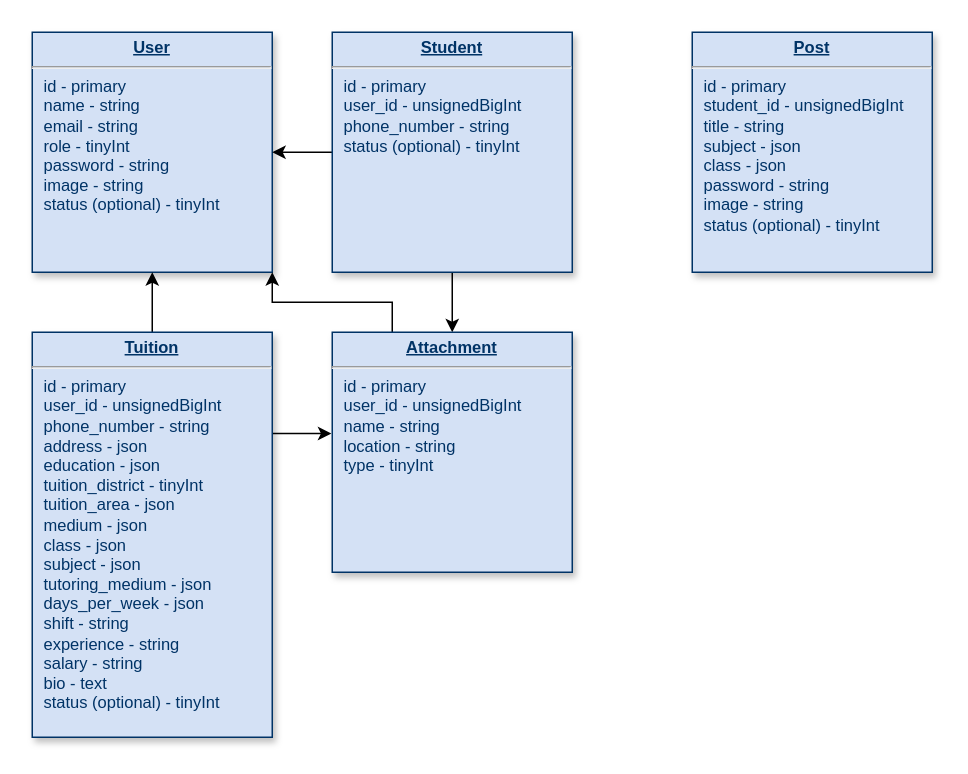
Before: public/Let'sTeachApp_DB_Design.drawio in officialkhaled/lets-teach-app, a draw.io diagram. Source tidied: cells renumbered, new cells numbered last; positions are measured from the earlier drawing's top-left corner, leaving out a move shared by most shapes. Both pictures are drawn from the tidied source at 150%, with x=0, y=0 at pixel (32, 32).
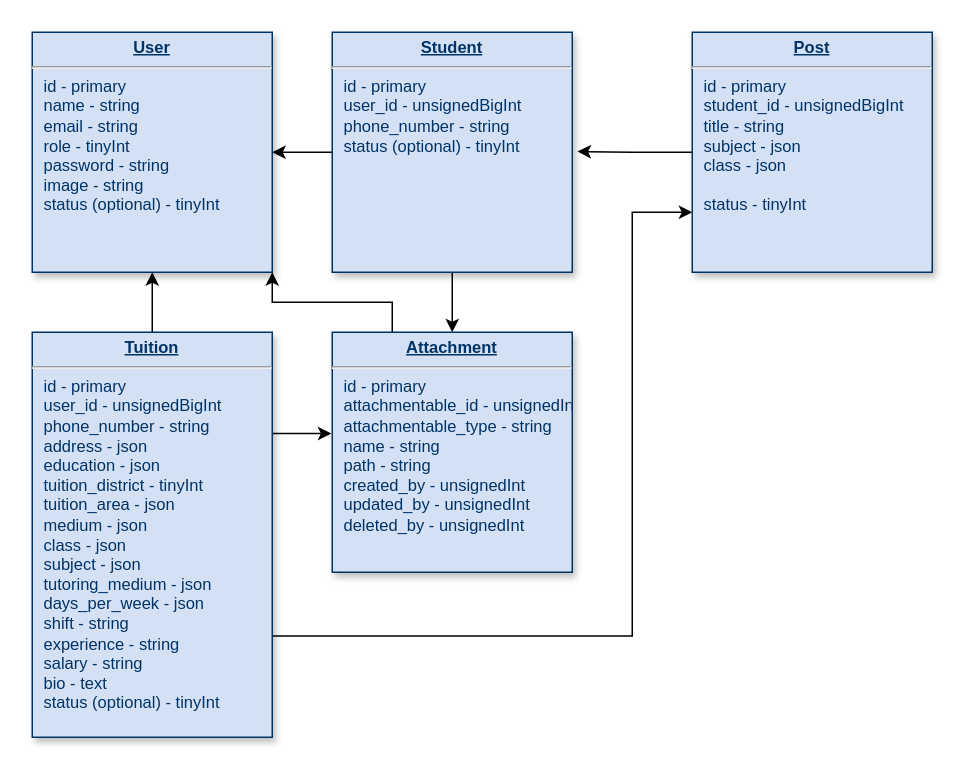
The same diagram, later.

Commit message (it also covers changes not shown here):
file updates and attachment model added

Diff of the diagram source:
```diff
@@
 <mxGraphModel>
   <root>
     <mxCell id="0" />
     <mxCell id="1" parent="0" />
     <mxCell id="2" value="&lt;p style=&quot;margin: 4px 0px 0px ; text-align: center ; text-decoration: underline ; font-size: 11px&quot;&gt;&lt;strong&gt;&lt;font style=&quot;font-size: 11px&quot;&gt;User&lt;/font&gt;&lt;/strong&gt;&lt;/p&gt;&lt;hr style=&quot;font-size: 11px&quot;&gt;&lt;p style=&quot;margin: 0px 0px 0px 8px ; font-size: 11px&quot;&gt;&lt;font style=&quot;font-size: 11px&quot;&gt;id - primary&lt;/font&gt;&lt;/p&gt;&lt;p style=&quot;margin: 0px 0px 0px 8px ; font-size: 11px&quot;&gt;&lt;font style=&quot;font-size: 11px&quot;&gt;&lt;span&gt;name - string&lt;/span&gt;&lt;br&gt;&lt;/font&gt;&lt;/p&gt;&lt;p style=&quot;margin: 0px 0px 0px 8px ; font-size: 11px&quot;&gt;&lt;font style=&quot;font-size: 11px&quot;&gt;email - string&lt;/font&gt;&lt;/p&gt;&lt;p style=&quot;margin: 0px 0px 0px 8px ; font-size: 11px&quot;&gt;&lt;font style=&quot;font-size: 11px&quot;&gt;role - tinyInt&lt;/font&gt;&lt;/p&gt;&lt;p style=&quot;margin: 0px 0px 0px 8px ; font-size: 11px&quot;&gt;&lt;font style=&quot;font-size: 11px&quot;&gt;password - string&lt;/font&gt;&lt;/p&gt;&lt;p style=&quot;margin: 0px 0px 0px 8px ; font-size: 11px&quot;&gt;&lt;font style=&quot;font-size: 11px&quot;&gt;image - string&lt;/font&gt;&lt;/p&gt;&lt;p style=&quot;margin: 0px 0px 0px 8px ; font-size: 11px&quot;&gt;&lt;font style=&quot;font-size: 11px&quot;&gt;status (optional) - tinyInt&lt;/font&gt;&lt;/p&gt;" style="verticalAlign=top;align=left;overflow=fill;fontSize=12;fontFamily=Helvetica;html=1;strokeColor=#003366;shadow=1;fillColor=#D4E1F5;fontColor=#003366;" parent="1" vertex="1">
       <mxGeometry width="160" height="160" as="geometry" />
     </mxCell>
     <mxCell id="3" style="edgeStyle=orthogonalEdgeStyle;rounded=0;jettySize=auto;html=1;entryX=1;entryY=0.5;entryDx=0;entryDy=0;" parent="1" edge="1" source="5" target="2">
       <mxGeometry relative="1" as="geometry" />
     </mxCell>
     <mxCell id="4" style="edgeStyle=orthogonalEdgeStyle;rounded=0;jettySize=auto;html=1;entryX=0.5;entryY=0;entryDx=0;entryDy=0;" parent="1" edge="1" source="5" target="10">
       <mxGeometry relative="1" as="geometry" />
     </mxCell>
     <mxCell id="5" value="&lt;p style=&quot;margin: 4px 0px 0px ; text-align: center ; text-decoration: underline ; font-size: 11px&quot;&gt;&lt;strong&gt;&lt;font style=&quot;font-size: 11px&quot;&gt;Student&lt;/font&gt;&lt;/strong&gt;&lt;/p&gt;&lt;hr style=&quot;font-size: 11px&quot;&gt;&lt;p style=&quot;margin: 0px 0px 0px 8px ; font-size: 11px&quot;&gt;&lt;font style=&quot;font-size: 11px&quot;&gt;id - primary&lt;/font&gt;&lt;/p&gt;&lt;p style=&quot;margin: 0px 0px 0px 8px ; font-size: 11px&quot;&gt;&lt;font style=&quot;font-size: 11px&quot;&gt;user_id - unsignedBigInt&lt;/font&gt;&lt;/p&gt;&lt;p style=&quot;margin: 0px 0px 0px 8px ; font-size: 11px&quot;&gt;&lt;font style=&quot;font-size: 11px&quot;&gt;&lt;span&gt;phone_number - string&lt;/span&gt;&lt;/font&gt;&lt;/p&gt;&lt;p style=&quot;margin: 0px 0px 0px 8px ; font-size: 11px&quot;&gt;&lt;font style=&quot;font-size: 11px&quot;&gt;status (optional) - tinyInt&lt;/font&gt;&lt;/p&gt;" style="verticalAlign=top;align=left;overflow=fill;fontSize=12;fontFamily=Helvetica;html=1;strokeColor=#003366;shadow=1;fillColor=#D4E1F5;fontColor=#003366;" parent="1" vertex="1">
       <mxGeometry x="200" width="160" height="160" as="geometry" />
     </mxCell>
     <mxCell id="6" style="edgeStyle=orthogonalEdgeStyle;rounded=0;jettySize=auto;html=1;entryX=0.5;entryY=1;entryDx=0;entryDy=0;" parent="1" edge="1" source="8" target="2">
       <mxGeometry relative="1" as="geometry" />
     </mxCell>
     <mxCell id="7" style="edgeStyle=orthogonalEdgeStyle;rounded=0;jettySize=auto;html=1;exitX=1;exitY=0.25;exitDx=0;exitDy=0;entryX=-0.004;entryY=0.425;entryDx=0;entryDy=0;entryPerimeter=0;" parent="1" edge="1" source="8" target="10">
       <mxGeometry relative="1" as="geometry" />
     </mxCell>
+    <mxCell id="12" style="edgeStyle=orthogonalEdgeStyle;rounded=0;jettySize=auto;html=1;exitX=1;exitY=0.75;exitDx=0;exitDy=0;entryX=0;entryY=0.75;entryDx=0;entryDy=0;" parent="1" edge="1" source="8" target="11">
+      <mxGeometry relative="1" as="geometry">
+        <Array as="points">
+          <mxPoint x="400" y="403" />
+          <mxPoint x="400" y="120" />
+        </Array>
+      </mxGeometry>
+    </mxCell>
     <mxCell id="8" value="&lt;p style=&quot;margin: 4px 0px 0px ; text-align: center ; text-decoration: underline ; font-size: 11px&quot;&gt;&lt;strong&gt;&lt;font style=&quot;font-size: 11px&quot;&gt;Tuition&lt;/font&gt;&lt;/strong&gt;&lt;/p&gt;&lt;hr style=&quot;font-size: 11px&quot;&gt;&lt;p style=&quot;margin: 0px 0px 0px 8px ; font-size: 11px&quot;&gt;&lt;font style=&quot;font-size: 11px&quot;&gt;id - primary&lt;/font&gt;&lt;/p&gt;&lt;p style=&quot;margin: 0px 0px 0px 8px ; font-size: 11px&quot;&gt;&lt;font style=&quot;font-size: 11px&quot;&gt;&lt;span&gt;user_id - unsignedBigInt&lt;/span&gt;&lt;br&gt;&lt;/font&gt;&lt;/p&gt;&lt;p style=&quot;margin: 0px 0px 0px 8px ; font-size: 11px&quot;&gt;&lt;font style=&quot;font-size: 11px&quot;&gt;&lt;span&gt;phone_number - string&lt;/span&gt;&lt;/font&gt;&lt;/p&gt;&lt;p style=&quot;margin: 0px 0px 0px 8px ; font-size: 11px&quot;&gt;&lt;font style=&quot;font-size: 11px&quot;&gt;&lt;span&gt;address - json&lt;/span&gt;&lt;/font&gt;&lt;/p&gt;&lt;p style=&quot;margin: 0px 0px 0px 8px ; font-size: 11px&quot;&gt;&lt;font style=&quot;font-size: 11px&quot;&gt;&lt;span&gt;education - json&lt;/span&gt;&lt;/font&gt;&lt;/p&gt;&lt;p style=&quot;margin: 0px 0px 0px 8px ; font-size: 11px&quot;&gt;&lt;font style=&quot;font-size: 11px&quot;&gt;tuition_district - tinyInt&lt;/font&gt;&lt;/p&gt;&lt;p style=&quot;margin: 0px 0px 0px 8px ; font-size: 11px&quot;&gt;&lt;font style=&quot;font-size: 11px&quot;&gt;tuition_area - json&lt;/font&gt;&lt;/p&gt;&lt;p style=&quot;margin: 0px 0px 0px 8px ; font-size: 11px&quot;&gt;&lt;font style=&quot;font-size: 11px&quot;&gt;medium - json&lt;br&gt;&lt;/font&gt;&lt;/p&gt;&lt;p style=&quot;margin: 0px 0px 0px 8px ; font-size: 11px&quot;&gt;&lt;font style=&quot;font-size: 11px&quot;&gt;class - json&lt;/font&gt;&lt;/p&gt;&lt;p style=&quot;margin: 0px 0px 0px 8px ; font-size: 11px&quot;&gt;&lt;font style=&quot;font-size: 11px&quot;&gt;subject - json&lt;/font&gt;&lt;/p&gt;&lt;p style=&quot;margin: 0px 0px 0px 8px ; font-size: 11px&quot;&gt;&lt;font style=&quot;font-size: 11px&quot;&gt;tutoring_medium - json&lt;/font&gt;&lt;/p&gt;&lt;p style=&quot;margin: 0px 0px 0px 8px ; font-size: 11px&quot;&gt;&lt;font style=&quot;font-size: 11px&quot;&gt;days_per_week - json&lt;/font&gt;&lt;/p&gt;&lt;p style=&quot;margin: 0px 0px 0px 8px ; font-size: 11px&quot;&gt;&lt;font style=&quot;font-size: 11px&quot;&gt;shift - string&lt;/font&gt;&lt;/p&gt;&lt;p style=&quot;margin: 0px 0px 0px 8px ; font-size: 11px&quot;&gt;&lt;font style=&quot;font-size: 11px&quot;&gt;experience - string&lt;/font&gt;&lt;/p&gt;&lt;p style=&quot;margin: 0px 0px 0px 8px ; font-size: 11px&quot;&gt;&lt;font style=&quot;font-size: 11px&quot;&gt;salary - string&lt;/font&gt;&lt;/p&gt;&lt;p style=&quot;margin: 0px 0px 0px 8px ; font-size: 11px&quot;&gt;&lt;font style=&quot;font-size: 11px&quot;&gt;bio - text&lt;/font&gt;&lt;/p&gt;&lt;p style=&quot;margin: 0px 0px 0px 8px ; font-size: 11px&quot;&gt;&lt;font style=&quot;font-size: 11px&quot;&gt;status (optional) - tinyInt&lt;/font&gt;&lt;/p&gt;" style="verticalAlign=top;align=left;overflow=fill;fontSize=12;fontFamily=Helvetica;html=1;strokeColor=#003366;shadow=1;fillColor=#D4E1F5;fontColor=#003366;" parent="1" vertex="1">
       <mxGeometry y="200" width="160" height="270" as="geometry" />
     </mxCell>
     <mxCell id="9" style="edgeStyle=orthogonalEdgeStyle;rounded=0;jettySize=auto;html=1;exitX=0.25;exitY=0;exitDx=0;exitDy=0;entryX=1;entryY=1;entryDx=0;entryDy=0;" parent="1" edge="1" source="10" target="2">
       <mxGeometry relative="1" as="geometry" />
     </mxCell>
-    <mxCell id="10" value="&lt;p style=&quot;margin: 4px 0px 0px ; text-align: center ; text-decoration: underline ; font-size: 11px&quot;&gt;&lt;strong&gt;&lt;font style=&quot;font-size: 11px&quot;&gt;Attachment&lt;/font&gt;&lt;/strong&gt;&lt;/p&gt;&lt;hr style=&quot;font-size: 11px&quot;&gt;&lt;p style=&quot;margin: 0px 0px 0px 8px ; font-size: 11px&quot;&gt;&lt;font style=&quot;font-size: 11px&quot;&gt;id - primary&lt;/font&gt;&lt;/p&gt;&lt;p style=&quot;margin: 0px 0px 0px 8px ; font-size: 11px&quot;&gt;&lt;font style=&quot;font-size: 11px&quot;&gt;user_id - unsignedBigInt&lt;/font&gt;&lt;/p&gt;&lt;p style=&quot;margin: 0px 0px 0px 8px ; font-size: 11px&quot;&gt;&lt;font style=&quot;font-size: 11px&quot;&gt;&lt;span&gt;name - string&lt;/span&gt;&lt;br&gt;&lt;/font&gt;&lt;/p&gt;&lt;p style=&quot;margin: 0px 0px 0px 8px ; font-size: 11px&quot;&gt;&lt;font style=&quot;font-size: 11px&quot;&gt;location - string&lt;/font&gt;&lt;/p&gt;&lt;p style=&quot;margin: 0px 0px 0px 8px ; font-size: 11px&quot;&gt;&lt;font style=&quot;font-size: 11px&quot;&gt;type - tinyInt&lt;/font&gt;&lt;/p&gt;" style="verticalAlign=top;align=left;overflow=fill;fontSize=12;fontFamily=Helvetica;html=1;strokeColor=#003366;shadow=1;fillColor=#D4E1F5;fontColor=#003366;" parent="1" vertex="1">
+    <mxCell id="10" value="&lt;p style=&quot;margin: 4px 0px 0px ; text-align: center ; text-decoration: underline ; font-size: 11px&quot;&gt;&lt;strong&gt;&lt;font style=&quot;font-size: 11px&quot;&gt;Attachment&lt;/font&gt;&lt;/strong&gt;&lt;/p&gt;&lt;hr style=&quot;font-size: 11px&quot;&gt;&lt;p style=&quot;margin: 0px 0px 0px 8px ; font-size: 11px&quot;&gt;&lt;font style=&quot;font-size: 11px&quot;&gt;id - primary&lt;/font&gt;&lt;/p&gt;&lt;p style=&quot;margin: 0px 0px 0px 8px ; font-size: 11px&quot;&gt;&lt;font style=&quot;font-size: 11px&quot;&gt;attachmentable_id - unsignedInt&lt;/font&gt;&lt;/p&gt;&lt;p style=&quot;margin: 0px 0px 0px 8px ; font-size: 11px&quot;&gt;&lt;font style=&quot;font-size: 11px&quot;&gt;attachmentable_type - string&lt;/font&gt;&lt;/p&gt;&lt;p style=&quot;margin: 0px 0px 0px 8px ; font-size: 11px&quot;&gt;&lt;font style=&quot;font-size: 11px&quot;&gt;&lt;span&gt;name - string&lt;/span&gt;&lt;br&gt;&lt;/font&gt;&lt;/p&gt;&lt;p style=&quot;margin: 0px 0px 0px 8px ; font-size: 11px&quot;&gt;&lt;font style=&quot;font-size: 11px&quot;&gt;path - string&lt;/font&gt;&lt;/p&gt;&lt;p style=&quot;margin: 0px 0px 0px 8px ; font-size: 11px&quot;&gt;&lt;font style=&quot;font-size: 11px&quot;&gt;created_by - unsignedInt&lt;/font&gt;&lt;/p&gt;&lt;p style=&quot;margin: 0px 0px 0px 8px ; font-size: 11px&quot;&gt;&lt;font style=&quot;font-size: 11px&quot;&gt;updated_by - unsignedInt&lt;/font&gt;&lt;/p&gt;&lt;p style=&quot;margin: 0px 0px 0px 8px ; font-size: 11px&quot;&gt;deleted_by - unsignedInt&lt;/p&gt;" style="verticalAlign=top;align=left;overflow=fill;fontSize=12;fontFamily=Helvetica;html=1;strokeColor=#003366;shadow=1;fillColor=#D4E1F5;fontColor=#003366;" parent="1" vertex="1">
       <mxGeometry x="200" y="200" width="160" height="160" as="geometry" />
     </mxCell>
+    <mxCell id="13" style="edgeStyle=orthogonalEdgeStyle;rounded=0;jettySize=auto;html=1;entryX=1.022;entryY=0.497;entryDx=0;entryDy=0;entryPerimeter=0;" parent="1" edge="1" source="11" target="5">
+      <mxGeometry relative="1" as="geometry" />
+    </mxCell>
-    <mxCell id="11" value="&lt;p style=&quot;margin: 4px 0px 0px ; text-align: center ; text-decoration: underline ; font-size: 11px&quot;&gt;&lt;strong&gt;&lt;font style=&quot;font-size: 11px&quot;&gt;Post&lt;/font&gt;&lt;/strong&gt;&lt;/p&gt;&lt;hr style=&quot;font-size: 11px&quot;&gt;&lt;p style=&quot;margin: 0px 0px 0px 8px ; font-size: 11px&quot;&gt;&lt;font style=&quot;font-size: 11px&quot;&gt;id - primary&lt;/font&gt;&lt;/p&gt;&lt;p style=&quot;margin: 0px 0px 0px 8px ; font-size: 11px&quot;&gt;student_id - unsignedBigInt&lt;/p&gt;&lt;p style=&quot;margin: 0px 0px 0px 8px ; font-size: 11px&quot;&gt;&lt;font style=&quot;font-size: 11px&quot;&gt;&lt;span&gt;title - string&lt;/span&gt;&lt;br&gt;&lt;/font&gt;&lt;/p&gt;&lt;p style=&quot;margin: 0px 0px 0px 8px ; font-size: 11px&quot;&gt;&lt;font style=&quot;font-size: 11px&quot;&gt;subject - json&lt;/font&gt;&lt;/p&gt;&lt;p style=&quot;margin: 0px 0px 0px 8px ; font-size: 11px&quot;&gt;&lt;font style=&quot;font-size: 11px&quot;&gt;class - json&lt;/font&gt;&lt;/p&gt;&lt;p style=&quot;margin: 0px 0px 0px 8px ; font-size: 11px&quot;&gt;&lt;font style=&quot;font-size: 11px&quot;&gt;password - string&lt;/font&gt;&lt;/p&gt;&lt;p style=&quot;margin: 0px 0px 0px 8px ; font-size: 11px&quot;&gt;&lt;font style=&quot;font-size: 11px&quot;&gt;image - string&lt;/font&gt;&lt;/p&gt;&lt;p style=&quot;margin: 0px 0px 0px 8px ; font-size: 11px&quot;&gt;&lt;font style=&quot;font-size: 11px&quot;&gt;status (optional) - tinyInt&lt;/font&gt;&lt;/p&gt;" style="verticalAlign=top;align=left;overflow=fill;fontSize=12;fontFamily=Helvetica;html=1;strokeColor=#003366;shadow=1;fillColor=#D4E1F5;fontColor=#003366;" parent="1" vertex="1">
+    <mxCell id="11" value="&lt;p style=&quot;margin: 4px 0px 0px ; text-align: center ; text-decoration: underline ; font-size: 11px&quot;&gt;&lt;strong&gt;&lt;font style=&quot;font-size: 11px&quot;&gt;Post&lt;/font&gt;&lt;/strong&gt;&lt;/p&gt;&lt;hr style=&quot;font-size: 11px&quot;&gt;&lt;p style=&quot;margin: 0px 0px 0px 8px ; font-size: 11px&quot;&gt;&lt;font style=&quot;font-size: 11px&quot;&gt;id - primary&lt;/font&gt;&lt;/p&gt;&lt;p style=&quot;margin: 0px 0px 0px 8px ; font-size: 11px&quot;&gt;student_id - unsignedBigInt&lt;/p&gt;&lt;p style=&quot;margin: 0px 0px 0px 8px ; font-size: 11px&quot;&gt;&lt;font style=&quot;font-size: 11px&quot;&gt;&lt;span&gt;title - string&lt;/span&gt;&lt;br&gt;&lt;/font&gt;&lt;/p&gt;&lt;p style=&quot;margin: 0px 0px 0px 8px ; font-size: 11px&quot;&gt;&lt;font style=&quot;font-size: 11px&quot;&gt;subject - json&lt;/font&gt;&lt;/p&gt;&lt;p style=&quot;margin: 0px 0px 0px 8px ; font-size: 11px&quot;&gt;&lt;font style=&quot;font-size: 11px&quot;&gt;class - json&lt;/font&gt;&lt;/p&gt;&lt;p style=&quot;margin: 0px 0px 0px 8px ; font-size: 11px&quot;&gt;&lt;br&gt;&lt;/p&gt;&lt;p style=&quot;margin: 0px 0px 0px 8px ; font-size: 11px&quot;&gt;&lt;font style=&quot;font-size: 11px&quot;&gt;status - tinyInt&lt;/font&gt;&lt;/p&gt;" style="verticalAlign=top;align=left;overflow=fill;fontSize=12;fontFamily=Helvetica;html=1;strokeColor=#003366;shadow=1;fillColor=#D4E1F5;fontColor=#003366;" parent="1" vertex="1">
       <mxGeometry x="440" width="160" height="160" as="geometry" />
     </mxCell>
   </root>
 </mxGraphModel>
```
